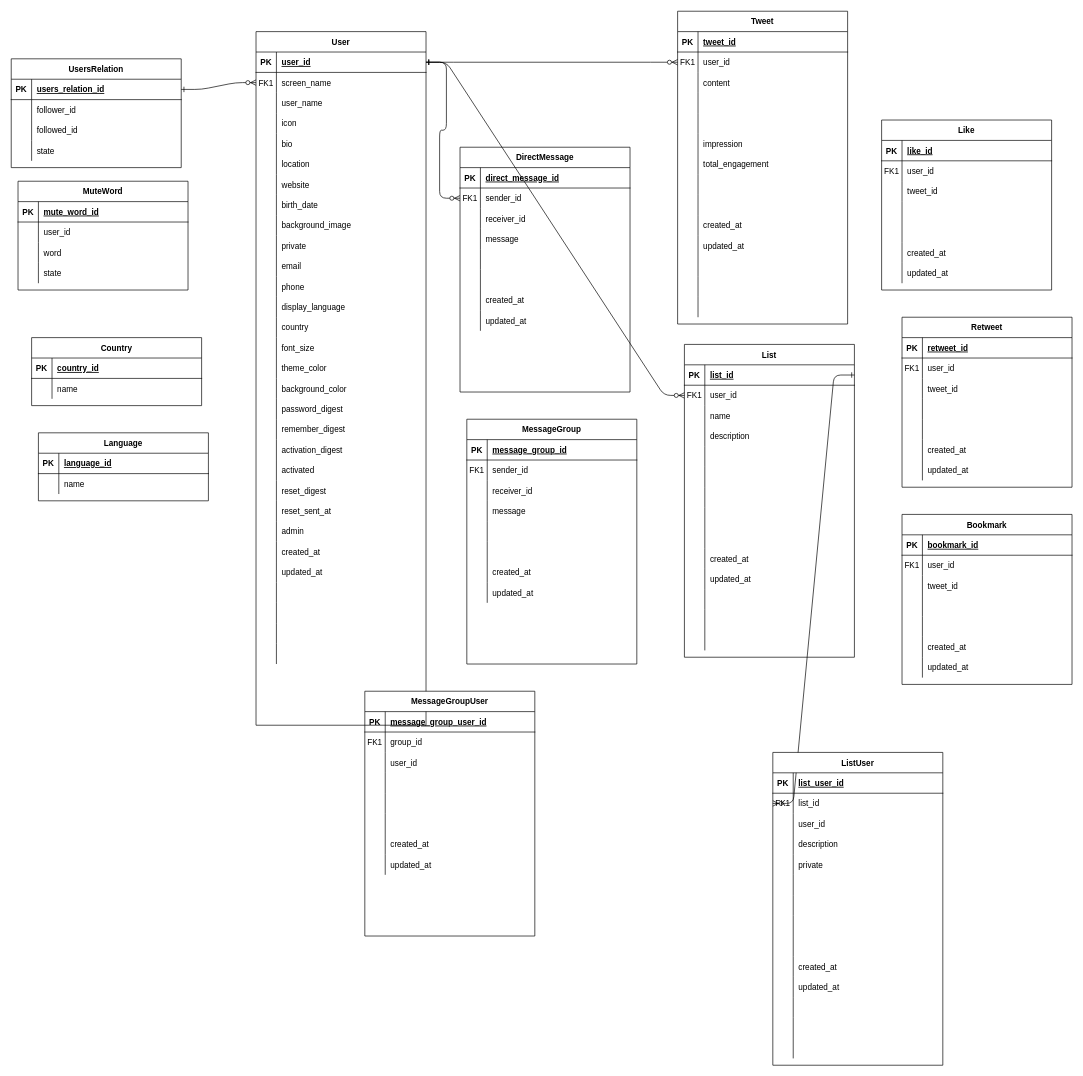
Earlier version of the draw.io diagram twitter.drawio (universato/boot). Source tidied: cells renumbered, new cells numbered last; positions are measured from the earlier drawing's top-left corner, leaving out a move shared by most shapes. Both pictures are drawn from the tidied source at 68%, with x=0, y=0 at pixel (11, 11).
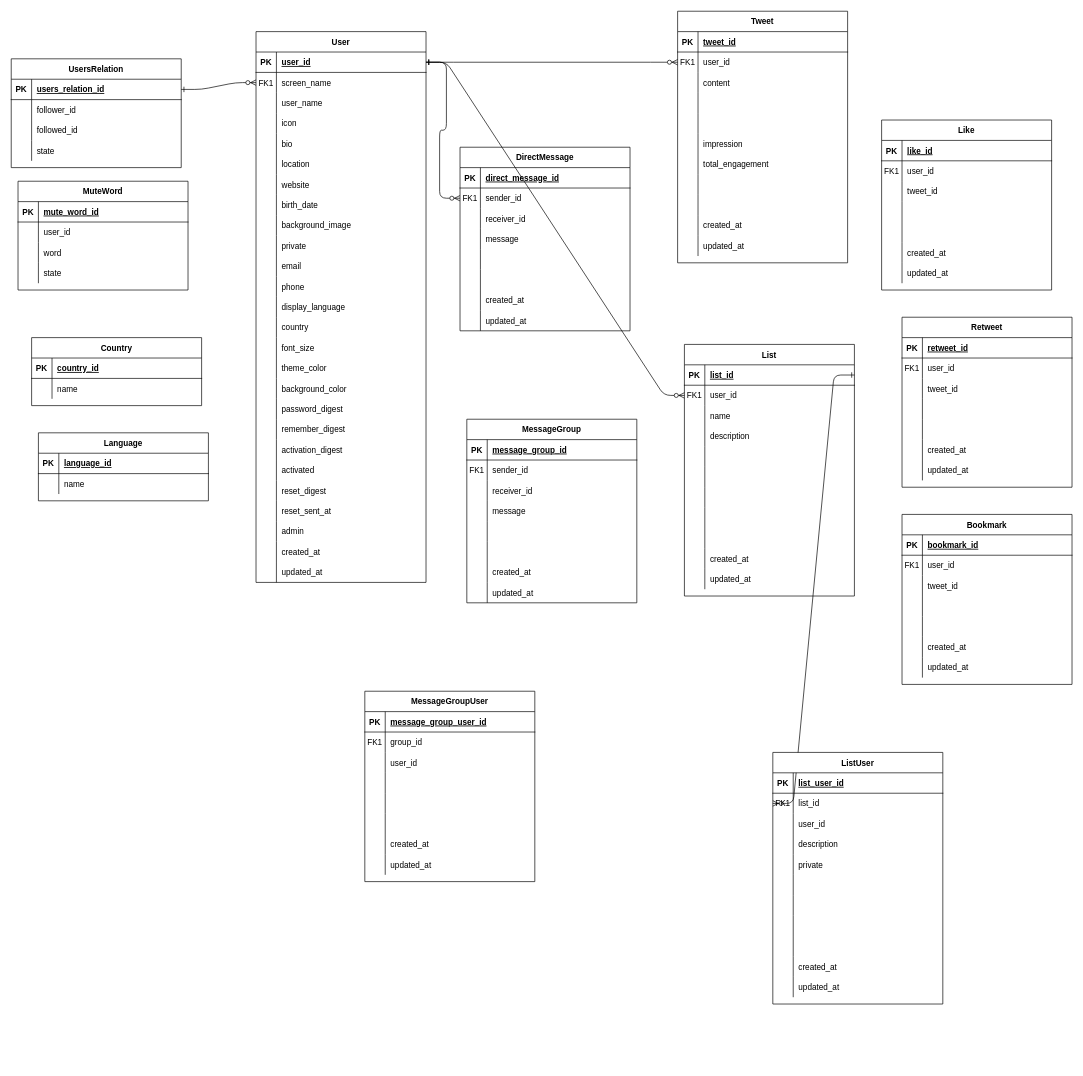
Above is the later version.

Change to the diagram source:
```diff
@@
     <mxCell id="4" value="User" style="shape=table;startSize=30;childLayout=tableLayout;rowLines=0;fontStyle=1;align=center;" parent="1" vertex="1">
-      <mxGeometry x="360" y="30" width="250" height="1020" as="geometry" />
+      <mxGeometry x="360" y="30" width="250" height="810" as="geometry" />
     </mxCell>
@@
-    <mxCell id="83" style="shape=partialRectangle;fillColor=none;top=0;left=0;right=0;bottom=0;" parent="4" vertex="1">
-      <mxGeometry y="810" width="250" height="30" as="geometry" />
-    </mxCell>
-    <mxCell id="84" style="shape=partialRectangle;overflow=hidden;fillColor=none;top=0;left=0;bottom=0;right=0;" parent="83" vertex="1">
-      <mxGeometry width="30" height="30" as="geometry" />
-    </mxCell>
-    <mxCell id="85" style="shape=partialRectangle;overflow=hidden;fillColor=none;top=0;left=0;bottom=0;right=0;align=left;spacingLeft=6;" parent="83" vertex="1">
-      <mxGeometry x="30" width="220" height="30" as="geometry" />
-    </mxCell>
-    <mxCell id="86" style="shape=partialRectangle;fillColor=none;top=0;left=0;right=0;bottom=0;" parent="4" vertex="1">
-      <mxGeometry y="840" width="250" height="30" as="geometry" />
-    </mxCell>
-    <mxCell id="87" style="shape=partialRectangle;overflow=hidden;fillColor=none;top=0;left=0;bottom=0;right=0;" parent="86" vertex="1">
-      <mxGeometry width="30" height="30" as="geometry" />
-    </mxCell>
-    <mxCell id="88" style="shape=partialRectangle;overflow=hidden;fillColor=none;top=0;left=0;bottom=0;right=0;align=left;spacingLeft=6;" parent="86" vertex="1">
-      <mxGeometry x="30" width="220" height="30" as="geometry" />
-    </mxCell>
-    <mxCell id="89" style="shape=partialRectangle;fillColor=none;top=0;left=0;right=0;bottom=0;" parent="4" vertex="1">
-      <mxGeometry y="870" width="250" height="30" as="geometry" />
-    </mxCell>
-    <mxCell id="90" style="shape=partialRectangle;overflow=hidden;fillColor=none;top=0;left=0;bottom=0;right=0;" parent="89" vertex="1">
-      <mxGeometry width="30" height="30" as="geometry" />
-    </mxCell>
-    <mxCell id="91" style="shape=partialRectangle;overflow=hidden;fillColor=none;top=0;left=0;bottom=0;right=0;align=left;spacingLeft=6;" parent="89" vertex="1">
-      <mxGeometry x="30" width="220" height="30" as="geometry" />
-    </mxCell>
-    <mxCell id="92" style="shape=partialRectangle;fillColor=none;top=0;left=0;right=0;bottom=0;" parent="4" vertex="1">
-      <mxGeometry y="900" width="250" height="30" as="geometry" />
-    </mxCell>
-    <mxCell id="93" style="shape=partialRectangle;overflow=hidden;fillColor=none;top=0;left=0;bottom=0;right=0;" parent="92" vertex="1">
-      <mxGeometry width="30" height="30" as="geometry" />
-    </mxCell>
-    <mxCell id="94" style="shape=partialRectangle;overflow=hidden;fillColor=none;top=0;left=0;bottom=0;right=0;align=left;spacingLeft=6;" parent="92" vertex="1">
-      <mxGeometry x="30" width="220" height="30" as="geometry" />
-    </mxCell>
@@
     <mxCell id="108" value="Tweet" style="shape=table;startSize=30;childLayout=tableLayout;rowLines=0;fontStyle=1;align=center;" parent="1" vertex="1">
-      <mxGeometry x="980" width="250" height="460" as="geometry" />
+      <mxGeometry x="980" width="250" height="370" as="geometry" />
     </mxCell>
@@
-    <mxCell id="142" style="shape=partialRectangle;fillColor=none;top=0;left=0;right=0;bottom=0;" parent="108" vertex="1">
-      <mxGeometry y="360" width="250" height="30" as="geometry" />
-    </mxCell>
-    <mxCell id="143" style="shape=partialRectangle;overflow=hidden;fillColor=none;top=0;left=0;bottom=0;right=0;" parent="142" vertex="1">
-      <mxGeometry width="30" height="30" as="geometry" />
-    </mxCell>
-    <mxCell id="144" style="shape=partialRectangle;overflow=hidden;fillColor=none;top=0;left=0;bottom=0;right=0;align=left;spacingLeft=6;" parent="142" vertex="1">
-      <mxGeometry x="30" width="220" height="30" as="geometry" />
-    </mxCell>
-    <mxCell id="145" style="shape=partialRectangle;fillColor=none;top=0;left=0;right=0;bottom=0;" parent="108" vertex="1">
-      <mxGeometry y="390" width="250" height="30" as="geometry" />
-    </mxCell>
-    <mxCell id="146" style="shape=partialRectangle;overflow=hidden;fillColor=none;top=0;left=0;bottom=0;right=0;" parent="145" vertex="1">
-      <mxGeometry width="30" height="30" as="geometry" />
-    </mxCell>
-    <mxCell id="147" style="shape=partialRectangle;overflow=hidden;fillColor=none;top=0;left=0;bottom=0;right=0;align=left;spacingLeft=6;" parent="145" vertex="1">
-      <mxGeometry x="30" width="220" height="30" as="geometry" />
-    </mxCell>
-    <mxCell id="148" style="shape=partialRectangle;fillColor=none;top=0;left=0;right=0;bottom=0;" parent="108" vertex="1">
-      <mxGeometry y="420" width="250" height="30" as="geometry" />
-    </mxCell>
-    <mxCell id="149" style="shape=partialRectangle;overflow=hidden;fillColor=none;top=0;left=0;bottom=0;right=0;" parent="148" vertex="1">
-      <mxGeometry width="30" height="30" as="geometry" />
-    </mxCell>
-    <mxCell id="150" style="shape=partialRectangle;overflow=hidden;fillColor=none;top=0;left=0;bottom=0;right=0;align=left;spacingLeft=6;" parent="148" vertex="1">
-      <mxGeometry x="30" width="220" height="30" as="geometry" />
-    </mxCell>
     <mxCell id="151" value="DirectMessage" style="shape=table;startSize=30;childLayout=tableLayout;rowLines=0;fontStyle=1;align=center;" parent="1" vertex="1">
-      <mxGeometry x="660" y="200" width="250" height="360" as="geometry" />
+      <mxGeometry x="660" y="200" width="250" height="270" as="geometry" />
     </mxCell>
@@
     <mxCell id="176" value="List" style="shape=table;startSize=30;childLayout=tableLayout;rowLines=0;fontStyle=1;align=center;" parent="1" vertex="1">
-      <mxGeometry x="990" y="490" width="250" height="460" as="geometry" />
+      <mxGeometry x="990" y="490" width="250" height="370" as="geometry" />
     </mxCell>
@@
-    <mxCell id="210" style="shape=partialRectangle;fillColor=none;top=0;left=0;right=0;bottom=0;" parent="176" vertex="1">
-      <mxGeometry y="360" width="250" height="30" as="geometry" />
-    </mxCell>
-    <mxCell id="211" style="shape=partialRectangle;overflow=hidden;fillColor=none;top=0;left=0;bottom=0;right=0;" parent="210" vertex="1">
-      <mxGeometry width="30" height="30" as="geometry" />
-    </mxCell>
-    <mxCell id="212" style="shape=partialRectangle;overflow=hidden;fillColor=none;top=0;left=0;bottom=0;right=0;align=left;spacingLeft=6;" parent="210" vertex="1">
-      <mxGeometry x="30" width="220" height="30" as="geometry" />
-    </mxCell>
-    <mxCell id="213" style="shape=partialRectangle;fillColor=none;top=0;left=0;right=0;bottom=0;" parent="176" vertex="1">
-      <mxGeometry y="390" width="250" height="30" as="geometry" />
-    </mxCell>
-    <mxCell id="214" style="shape=partialRectangle;overflow=hidden;fillColor=none;top=0;left=0;bottom=0;right=0;" parent="213" vertex="1">
-      <mxGeometry width="30" height="30" as="geometry" />
-    </mxCell>
-    <mxCell id="215" style="shape=partialRectangle;overflow=hidden;fillColor=none;top=0;left=0;bottom=0;right=0;align=left;spacingLeft=6;" parent="213" vertex="1">
-      <mxGeometry x="30" width="220" height="30" as="geometry" />
-    </mxCell>
-    <mxCell id="216" style="shape=partialRectangle;fillColor=none;top=0;left=0;right=0;bottom=0;" parent="176" vertex="1">
-      <mxGeometry y="420" width="250" height="30" as="geometry" />
-    </mxCell>
-    <mxCell id="217" style="shape=partialRectangle;overflow=hidden;fillColor=none;top=0;left=0;bottom=0;right=0;" parent="216" vertex="1">
-      <mxGeometry width="30" height="30" as="geometry" />
-    </mxCell>
-    <mxCell id="218" style="shape=partialRectangle;overflow=hidden;fillColor=none;top=0;left=0;bottom=0;right=0;align=left;spacingLeft=6;" parent="216" vertex="1">
-      <mxGeometry x="30" width="220" height="30" as="geometry" />
-    </mxCell>
@@
     <mxCell id="265" value="MessageGroup" style="shape=table;startSize=30;childLayout=tableLayout;rowLines=0;fontStyle=1;align=center;" parent="1" vertex="1">
-      <mxGeometry x="670" y="600" width="250" height="360" as="geometry" />
+      <mxGeometry x="670" y="600" width="250" height="270" as="geometry" />
     </mxCell>
@@
     <mxCell id="317" value="ListUser" style="shape=table;startSize=30;childLayout=tableLayout;rowLines=0;fontStyle=1;align=center;" parent="1" vertex="1">
-      <mxGeometry x="1120" y="1090" width="250" height="460" as="geometry" />
+      <mxGeometry x="1120" y="1090" width="250" height="370" as="geometry" />
     </mxCell>
@@
-    <mxCell id="351" style="shape=partialRectangle;fillColor=none;top=0;left=0;right=0;bottom=0;" parent="317" vertex="1">
-      <mxGeometry y="360" width="250" height="30" as="geometry" />
-    </mxCell>
-    <mxCell id="352" style="shape=partialRectangle;overflow=hidden;fillColor=none;top=0;left=0;bottom=0;right=0;" parent="351" vertex="1">
-      <mxGeometry width="30" height="30" as="geometry" />
-    </mxCell>
-    <mxCell id="353" style="shape=partialRectangle;overflow=hidden;fillColor=none;top=0;left=0;bottom=0;right=0;align=left;spacingLeft=6;" parent="351" vertex="1">
-      <mxGeometry x="30" width="220" height="30" as="geometry" />
-    </mxCell>
-    <mxCell id="354" style="shape=partialRectangle;fillColor=none;top=0;left=0;right=0;bottom=0;" parent="317" vertex="1">
-      <mxGeometry y="390" width="250" height="30" as="geometry" />
-    </mxCell>
-    <mxCell id="355" style="shape=partialRectangle;overflow=hidden;fillColor=none;top=0;left=0;bottom=0;right=0;" parent="354" vertex="1">
-      <mxGeometry width="30" height="30" as="geometry" />
-    </mxCell>
-    <mxCell id="356" style="shape=partialRectangle;overflow=hidden;fillColor=none;top=0;left=0;bottom=0;right=0;align=left;spacingLeft=6;" parent="354" vertex="1">
-      <mxGeometry x="30" width="220" height="30" as="geometry" />
-    </mxCell>
-    <mxCell id="357" style="shape=partialRectangle;fillColor=none;top=0;left=0;right=0;bottom=0;" parent="317" vertex="1">
-      <mxGeometry y="420" width="250" height="30" as="geometry" />
-    </mxCell>
-    <mxCell id="358" style="shape=partialRectangle;overflow=hidden;fillColor=none;top=0;left=0;bottom=0;right=0;" parent="357" vertex="1">
-      <mxGeometry width="30" height="30" as="geometry" />
-    </mxCell>
-    <mxCell id="359" style="shape=partialRectangle;overflow=hidden;fillColor=none;top=0;left=0;bottom=0;right=0;align=left;spacingLeft=6;" parent="357" vertex="1">
-      <mxGeometry x="30" width="220" height="30" as="geometry" />
-    </mxCell>
@@
     <mxCell id="361" value="MessageGroupUser" style="shape=table;startSize=30;childLayout=tableLayout;rowLines=0;fontStyle=1;align=center;" parent="1" vertex="1">
-      <mxGeometry x="520" y="1000" width="250" height="360" as="geometry" />
+      <mxGeometry x="520" y="1000" width="250" height="280" as="geometry" />
     </mxCell>
```
